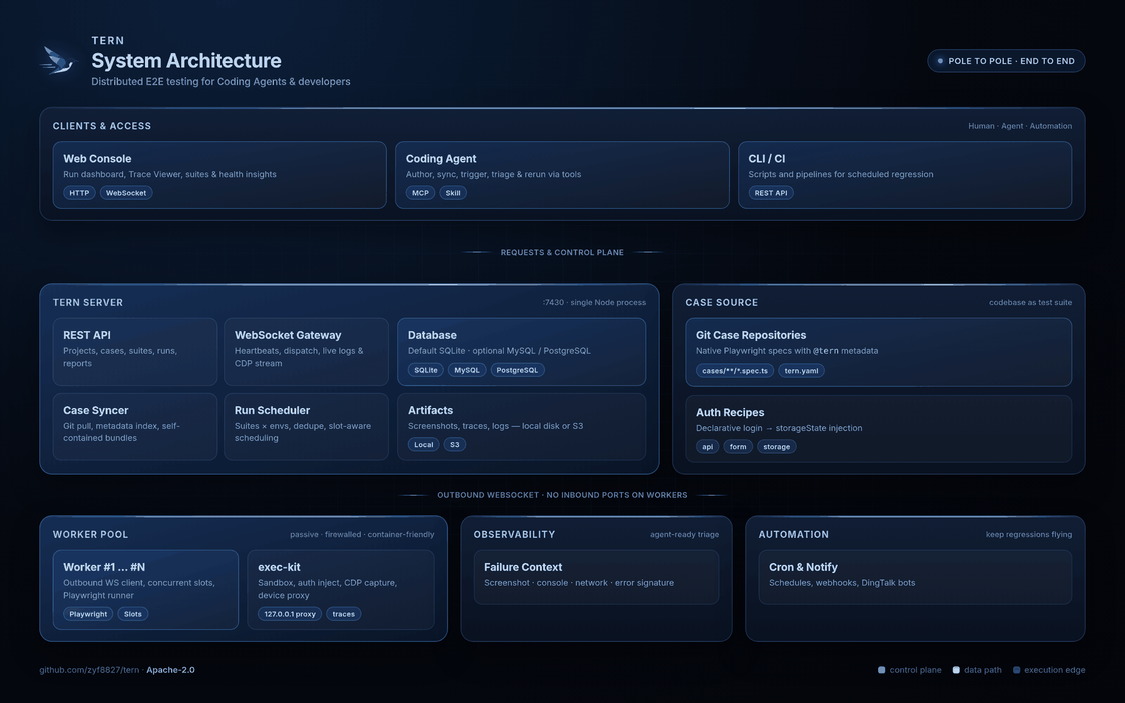
Earlier version of the Mermaid export docs/architecture.png (zyf8827/tern). Its source is kept beside it as docs/architecture.mmd.
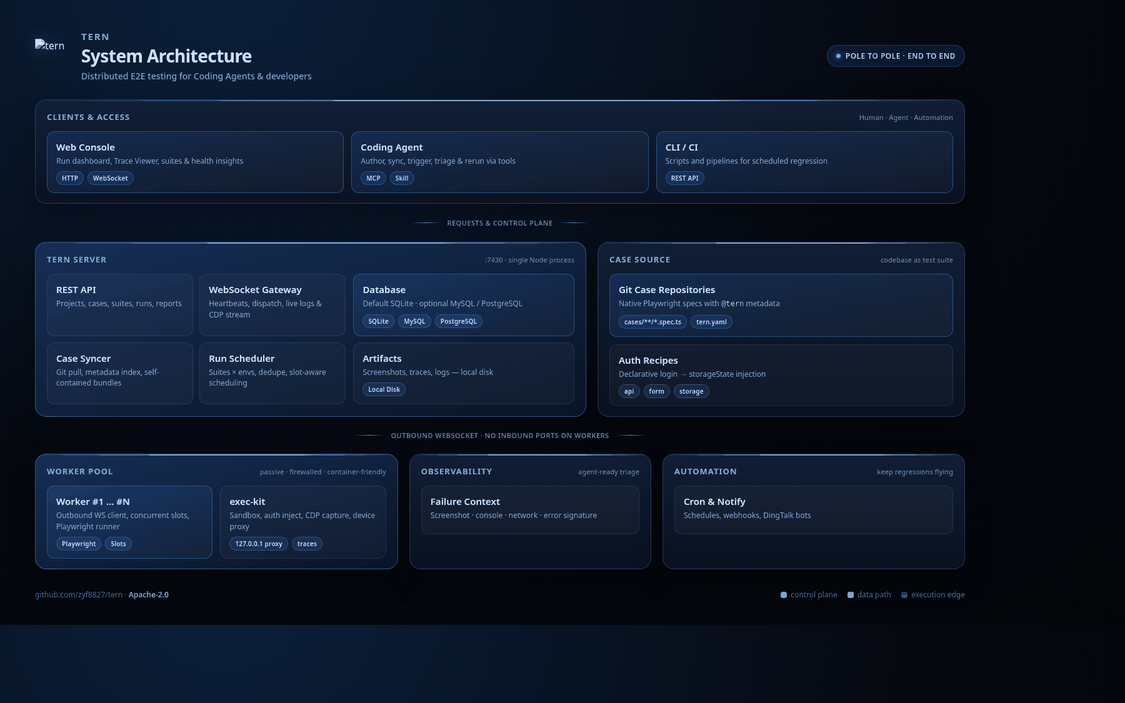
The same file after the commit.

Change to the diagram source:
```diff
@@ -11,7 +11,7 @@
         SyncEngine["Case Syncer"]
         Scheduler["Run Scheduler"]
         DB[("SQLite / MySQL / PostgreSQL")]
-        ArtifactStore["Artifacts<br/>Local / S3"]
+        ArtifactStore["Artifacts<br/>Local Disk"]
     end
 
     subgraph Workers["Worker Pool"]
```
